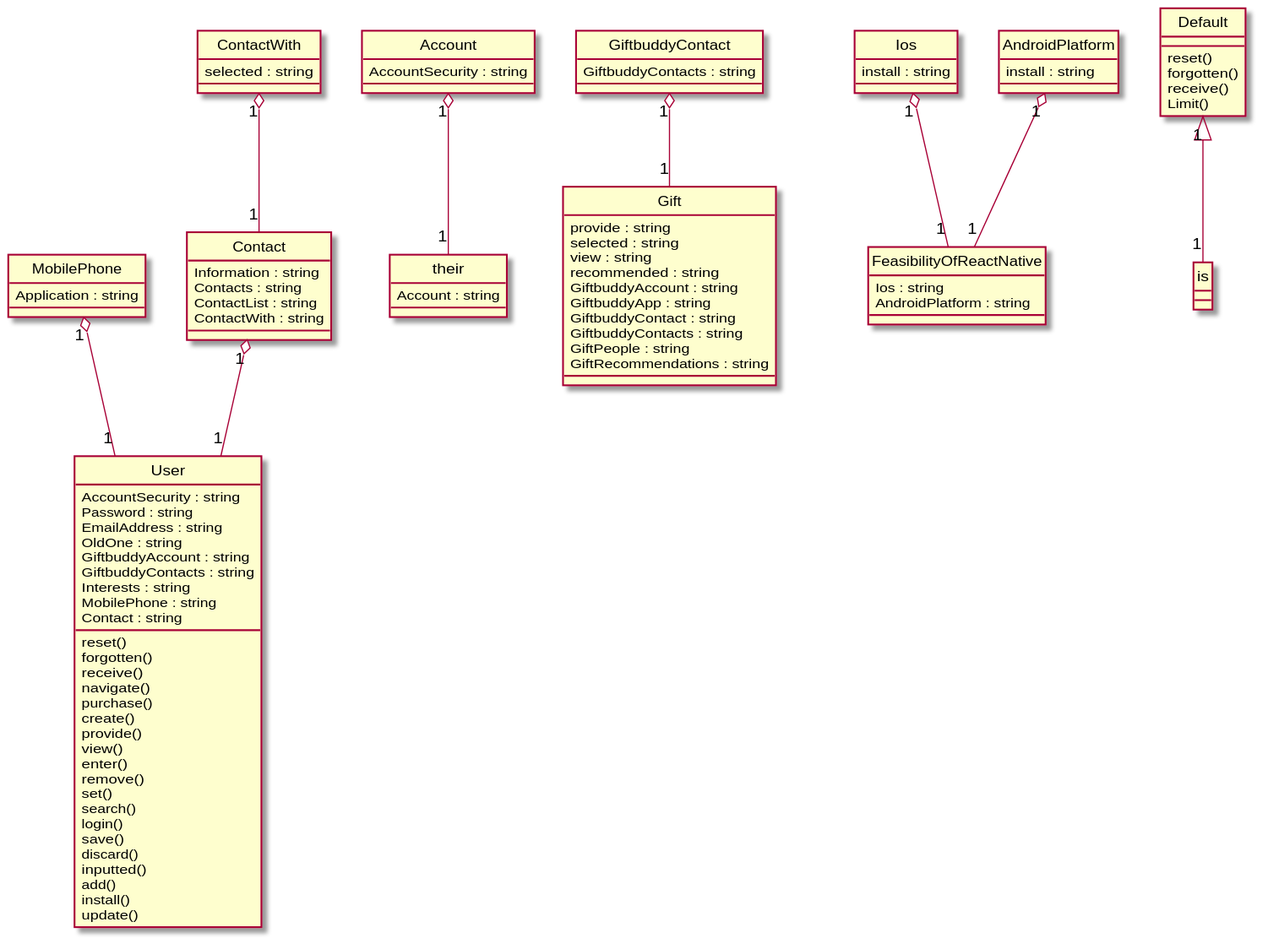
Earlier version of the PlantUML export Diagrams/2019-USC-Project12.svg (xixixhalu/DomainModelExtractor). Source of this version:
```plantuml
@startuml
hide circle
class User {
	AccountSecurity : string
	Password : string
	EmailAddress : string
	OldOne : string
	GiftbuddyAccount : string
	GiftbuddyContacts : string
	Interests : string
	MobilePhone : string
	Contact : string
	reset()
	forgotten()
	receive()
	navigate()
	purchase()
	create()
	provide()
	view()
	enter()
	remove()
	set()
	search()
	login()
	save()
	discard()
	inputted()
	add()
	install()
	update()
}
class their {
	Account : string
}
class Gift {
	provide : string
	selected : string
	view : string
	recommended : string
	GiftbuddyAccount : string
	GiftbuddyApp : string
	GiftbuddyContact : string
	GiftbuddyContacts : string
	GiftPeople : string
	GiftRecommendations : string
}
class ContactWith {
	selected : string
}
class MobilePhone {
	Application : string
}
class Ios {
	install : string
}
class AndroidPlatform {
	install : string
}
class FeasibilityOfReactNative {
	Ios : string
	AndroidPlatform : string
}
class Contact {
	Information : string
	Contacts : string
	ContactList : string
	ContactWith : string
}
class Account {
	AccountSecurity : string
}
class GiftbuddyContact {
	GiftbuddyContacts : string
}
class Default {
	reset()
	forgotten()
	receive()
	Limit()
}
GiftbuddyContact "1" o-- "1" Gift
Ios "1" o-- "1" FeasibilityOfReactNative
Default "1" <|-- "1" is
AndroidPlatform "1" o-- "1" FeasibilityOfReactNative
MobilePhone "1" o-- "1" User
ContactWith "1" o-- "1" Contact
Contact "1" o-- "1" User
Account "1" o-- "1" their
@enduml
```
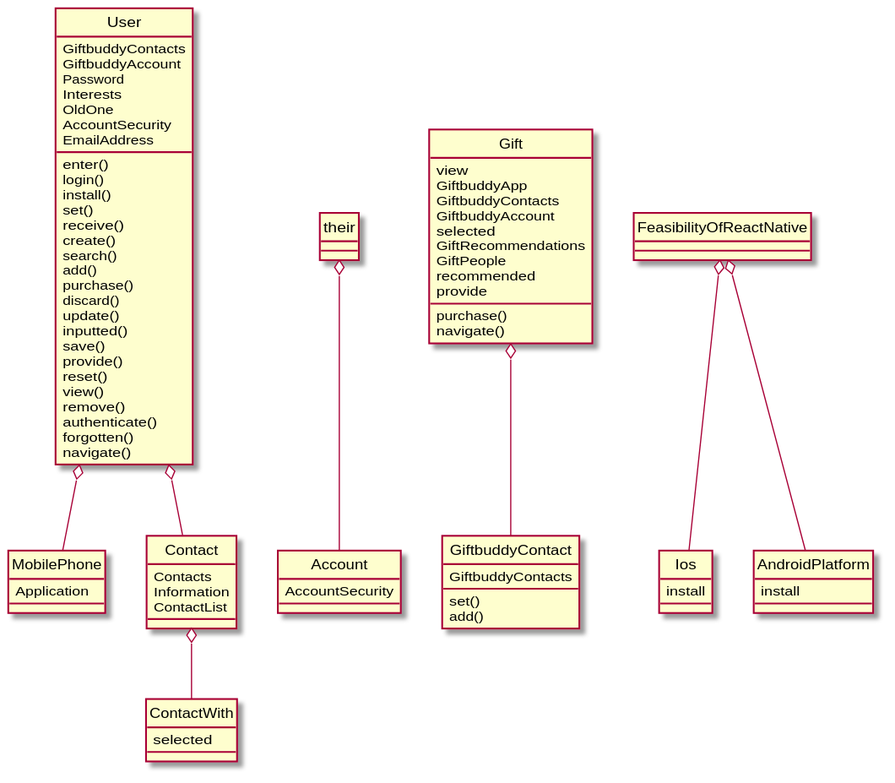
Above is the later version.

What changed in the source:
```diff
@@ -1,90 +1,81 @@
 @startuml
 hide circle
 class User {
-	AccountSecurity : string
-	Password : string
-	EmailAddress : string
-	OldOne : string
-	GiftbuddyAccount : string
-	GiftbuddyContacts : string
-	Interests : string
-	MobilePhone : string
-	Contact : string
+	GiftbuddyContacts
+	GiftbuddyAccount
+	Password
+	Interests
+	OldOne
+	AccountSecurity
+	EmailAddress
+	enter()
+	login()
+	install()
+	set()
+	receive()
+	create()
+	search()
+	add()
+	purchase()
+	discard()
+	update()
+	inputted()
+	save()
+	provide()
 	reset()
+	view()
+	remove()
+	authenticate()
 	forgotten()
-	receive()
 	navigate()
-	purchase()
-	create()
-	provide()
-	view()
-	enter()
-	remove()
-	set()
-	search()
-	login()
-	save()
-	discard()
-	inputted()
-	add()
-	install()
-	update()
 }
 class their {
-	Account : string
 }
 class Gift {
-	provide : string
-	selected : string
-	view : string
-	recommended : string
-	GiftbuddyAccount : string
-	GiftbuddyApp : string
-	GiftbuddyContact : string
-	GiftbuddyContacts : string
-	GiftPeople : string
-	GiftRecommendations : string
+	view
+	GiftbuddyApp
+	GiftbuddyContacts
+	GiftbuddyAccount
+	selected
+	GiftRecommendations
+	GiftPeople
+	recommended
+	provide
+	purchase()
+	navigate()
 }
 class ContactWith {
-	selected : string
+	selected
 }
 class MobilePhone {
-	Application : string
+	Application
 }
 class Ios {
-	install : string
+	install
 }
 class AndroidPlatform {
-	install : string
+	install
 }
 class FeasibilityOfReactNative {
-	Ios : string
-	AndroidPlatform : string
 }
 class Contact {
-	Information : string
-	Contacts : string
-	ContactList : string
-	ContactWith : string
+	Contacts
+	Information
+	ContactList
+}
+class GiftbuddyContact {
+	GiftbuddyContacts
+	set()
+	add()
 }
 class Account {
-	AccountSecurity : string
+	AccountSecurity
 }
-class GiftbuddyContact {
-	GiftbuddyContacts : string
-}
-class Default {
-	reset()
-	forgotten()
-	receive()
-	Limit()
-}
-GiftbuddyContact "1" o-- "1" Gift
-Ios "1" o-- "1" FeasibilityOfReactNative
-Default "1" <|-- "1" is
-AndroidPlatform "1" o-- "1" FeasibilityOfReactNative
-MobilePhone "1" o-- "1" User
-ContactWith "1" o-- "1" Contact
-Contact "1" o-- "1" User
-Account "1" o-- "1" their
+FeasibilityOfReactNative o-- Ios
+FeasibilityOfReactNative o-- AndroidPlatform
+User o-- MobilePhone
+Contact o-- ContactWith
+User o-- Contact
+their o-- Account
+Gift o-- GiftbuddyContact
 @enduml
```
